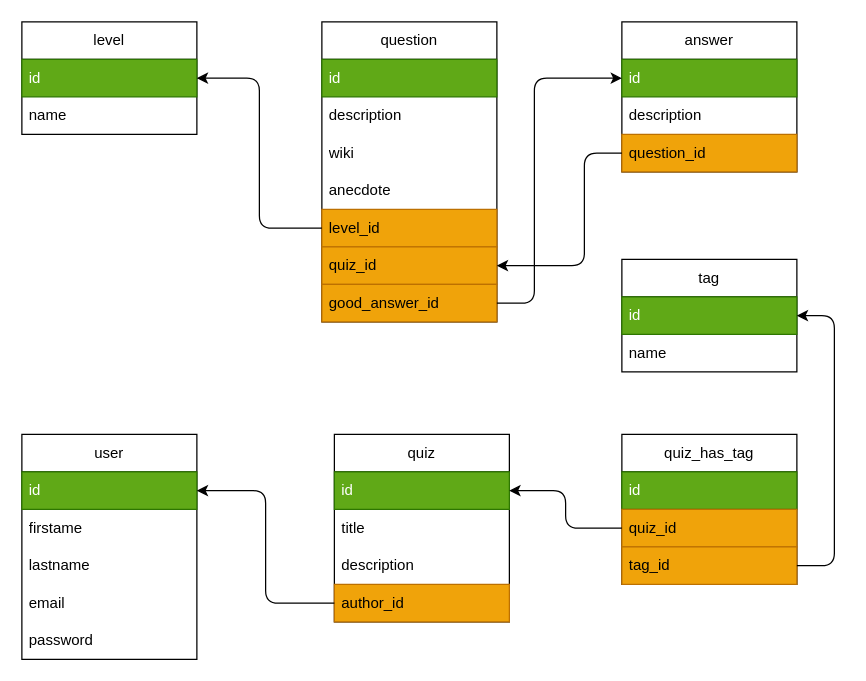
Before: docs/project-analysis/mld/mld.drawio in Baptiste-Jasselin/myOquiz, a draw.io diagram. Source tidied: cells renumbered, new cells numbered last; positions are measured from the earlier drawing's top-left corner, leaving out a move shared by most shapes. Both pictures are drawn from the tidied source at 125%, with x=0, y=0 at pixel (21, 21).
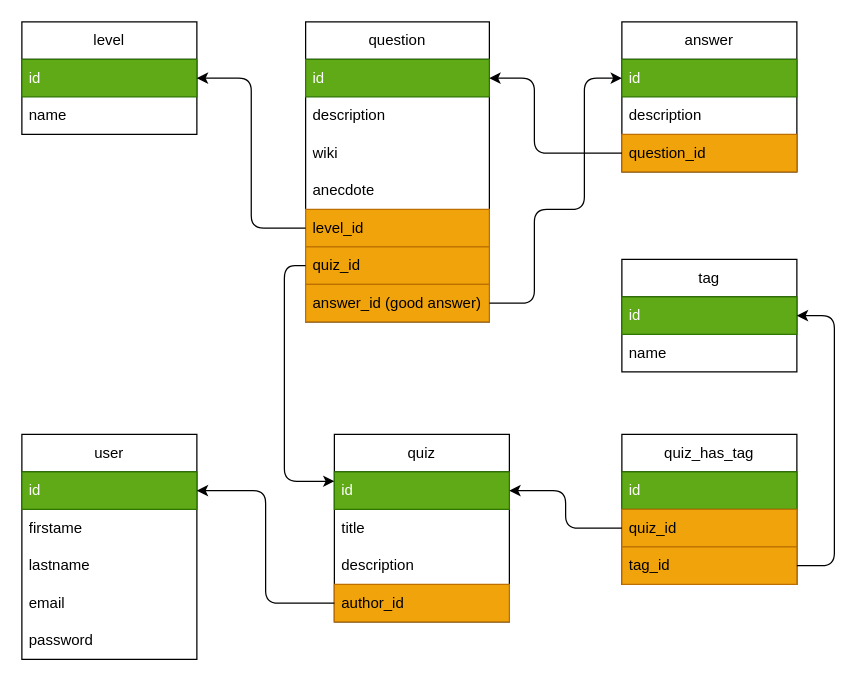
After the change.

The change refers to these unchanged cells:
```xml
<mxCell id="8" value="quiz" style="swimlane;fontStyle=0;horizontal=1;startSize=30;whiteSpace=wrap;html=1;" parent="1" vertex="1">
  <mxGeometry x="250" y="330" width="140" height="150" as="geometry" />
</mxCell>
<mxCell id="22" value="id" style="text;strokeColor=#2D7600;fillColor=#60a917;align=left;verticalAlign=middle;spacingLeft=4;spacingRight=4;overflow=hidden;points=[[0,0.5],[1,0.5]];portConstraint=eastwest;whiteSpace=wrap;html=1;fontColor=#ffffff;" parent="21" vertex="1">
  <mxGeometry y="30" width="140" height="30" as="geometry" />
</mxCell>
<mxCell id="24" value="question_id" style="text;strokeColor=#BD7000;fillColor=#f0a30a;align=left;verticalAlign=middle;spacingLeft=4;spacingRight=4;overflow=hidden;points=[[0,0.5],[1,0.5]];portConstraint=eastwest;whiteSpace=wrap;html=1;fontColor=#000000;" parent="21" vertex="1">
  <mxGeometry y="90" width="140" height="30" as="geometry" />
</mxCell>
```

The edit, as a diff of the source:
```diff
@@
     <mxCell id="13" value="question" style="swimlane;fontStyle=0;horizontal=1;startSize=30;whiteSpace=wrap;html=1;" parent="1" vertex="1">
-      <mxGeometry x="240" width="140" height="240" as="geometry" />
+      <mxGeometry x="227" width="147" height="240" as="geometry" />
     </mxCell>
     <mxCell id="14" value="id" style="text;strokeColor=#2D7600;fillColor=#60a917;align=left;verticalAlign=middle;spacingLeft=4;spacingRight=4;overflow=hidden;points=[[0,0.5],[1,0.5]];portConstraint=eastwest;whiteSpace=wrap;html=1;fontColor=#ffffff;" parent="13" vertex="1">
-      <mxGeometry y="30" width="140" height="30" as="geometry" />
+      <mxGeometry y="30" width="147" height="30" as="geometry" />
     </mxCell>
     <mxCell id="15" value="description" style="text;strokeColor=none;fillColor=none;align=left;verticalAlign=middle;spacingLeft=4;spacingRight=4;overflow=hidden;whiteSpace=wrap;html=1;" parent="13" vertex="1">
-      <mxGeometry y="60" width="140" height="30" as="geometry" />
+      <mxGeometry y="60" width="147" height="30" as="geometry" />
     </mxCell>
     <mxCell id="16" value="wiki" style="text;strokeColor=none;fillColor=none;align=left;verticalAlign=middle;spacingLeft=4;spacingRight=4;overflow=hidden;whiteSpace=wrap;html=1;" parent="13" vertex="1">
-      <mxGeometry y="90" width="140" height="30" as="geometry" />
+      <mxGeometry y="90" width="147" height="30" as="geometry" />
     </mxCell>
     <mxCell id="17" value="anecdote" style="text;strokeColor=none;fillColor=none;align=left;verticalAlign=middle;spacingLeft=4;spacingRight=4;overflow=hidden;whiteSpace=wrap;html=1;" parent="13" vertex="1">
-      <mxGeometry y="120" width="140" height="30" as="geometry" />
+      <mxGeometry y="120" width="147" height="30" as="geometry" />
     </mxCell>
     <mxCell id="18" value="level_id" style="text;strokeColor=#BD7000;fillColor=#f0a30a;align=left;verticalAlign=middle;spacingLeft=4;spacingRight=4;overflow=hidden;points=[[0,0.5],[1,0.5]];portConstraint=eastwest;whiteSpace=wrap;html=1;fontColor=#000000;" parent="13" vertex="1">
-      <mxGeometry y="150" width="140" height="30" as="geometry" />
+      <mxGeometry y="150" width="147" height="30" as="geometry" />
     </mxCell>
     <mxCell id="19" value="quiz_id" style="text;strokeColor=#BD7000;fillColor=#f0a30a;align=left;verticalAlign=middle;spacingLeft=4;spacingRight=4;overflow=hidden;points=[[0,0.5],[1,0.5]];portConstraint=eastwest;whiteSpace=wrap;html=1;fontColor=#000000;" parent="13" vertex="1">
-      <mxGeometry y="180" width="140" height="30" as="geometry" />
+      <mxGeometry y="180" width="147" height="30" as="geometry" />
     </mxCell>
-    <mxCell id="20" value="good_answer_id" style="text;strokeColor=#BD7000;fillColor=#f0a30a;align=left;verticalAlign=middle;spacingLeft=4;spacingRight=4;overflow=hidden;points=[[0,0.5],[1,0.5]];portConstraint=eastwest;whiteSpace=wrap;html=1;fontColor=#000000;" parent="13" vertex="1">
-      <mxGeometry y="210" width="140" height="30" as="geometry" />
+    <mxCell id="20" value="answer_id (good answer)" style="text;strokeColor=#BD7000;fillColor=#f0a30a;align=left;verticalAlign=middle;spacingLeft=4;spacingRight=4;overflow=hidden;points=[[0,0.5],[1,0.5]];portConstraint=eastwest;whiteSpace=wrap;html=1;fontColor=#000000;" parent="13" vertex="1">
+      <mxGeometry y="210" width="147" height="30" as="geometry" />
     </mxCell>
@@
-    <mxCell id="38" style="edgeStyle=orthogonalEdgeStyle;html=1;exitX=0;exitY=0.5;exitDx=0;exitDy=0;entryX=1;entryY=0.5;entryDx=0;entryDy=0;" parent="1" edge="1" source="24" target="19">
-      <mxGeometry relative="1" as="geometry">
-        <Array as="points">
-          <mxPoint x="450" y="105" />
-          <mxPoint x="450" y="195" />
-        </Array>
-      </mxGeometry>
-    </mxCell>
     <mxCell id="39" style="edgeStyle=orthogonalEdgeStyle;html=1;exitX=1;exitY=0.5;exitDx=0;exitDy=0;entryX=0;entryY=0.5;entryDx=0;entryDy=0;" parent="1" edge="1" source="20" target="22">
       <mxGeometry relative="1" as="geometry">
         <Array as="points">
           <mxPoint x="410" y="225" />
-          <mxPoint x="410" y="45" />
+          <mxPoint x="410" y="150" />
+          <mxPoint x="450" y="150" />
+          <mxPoint x="450" y="45" />
         </Array>
       </mxGeometry>
     </mxCell>
@@
+    <mxCell id="41" style="edgeStyle=orthogonalEdgeStyle;html=1;exitX=0;exitY=0.5;exitDx=0;exitDy=0;entryX=1;entryY=0.5;entryDx=0;entryDy=0;" parent="1" edge="1" source="24" target="14">
+      <mxGeometry relative="1" as="geometry">
+        <Array as="points">
+          <mxPoint x="410" y="105" />
+          <mxPoint x="410" y="45" />
+        </Array>
+      </mxGeometry>
+    </mxCell>
+    <mxCell id="42" style="edgeStyle=orthogonalEdgeStyle;html=1;exitX=0;exitY=0.5;exitDx=0;exitDy=0;entryX=0;entryY=0.25;entryDx=0;entryDy=0;" parent="1" edge="1" source="19" target="8">
+      <mxGeometry relative="1" as="geometry">
+        <Array as="points">
+          <mxPoint x="210" y="195" />
+          <mxPoint x="210" y="368" />
+        </Array>
+      </mxGeometry>
+    </mxCell>
```
